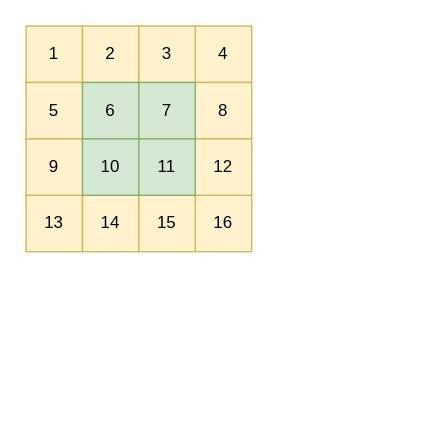
As-The-Wind/game-of-life-4-4 keeps this draw.io diagram as 分别需求图.drawio. Above is the earlier version. Source tidied: cells renumbered, new cells numbered last; positions are measured from the earlier drawing's top-left corner, leaving out a move shared by most shapes. Both pictures are drawn from the tidied source at 141%, with x=0, y=0 at pixel (25, 25).
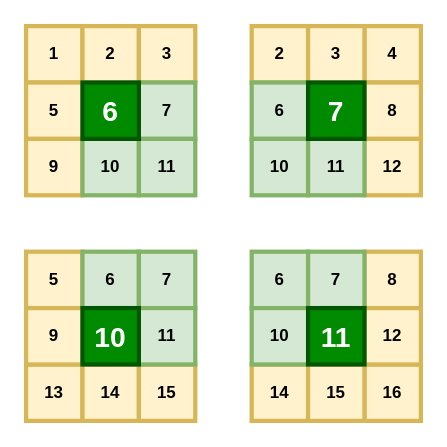
Above is the later version.

Commit message:
Update 分别需求图.drawio

Diff of the diagram source:
```diff
@@
-    <mxCell id="2" value="13" style="rounded=0;whiteSpace=wrap;html=1;fillColor=#fff2cc;strokeColor=#d6b656;" parent="1" vertex="1">
-      <mxGeometry y="120" width="40" height="40" as="geometry" />
-    </mxCell>
-    <mxCell id="3" value="1" style="rounded=0;whiteSpace=wrap;html=1;fillColor=#fff2cc;strokeColor=#d6b656;" parent="1" vertex="1">
+    <mxCell id="3" value="1" style="rounded=0;whiteSpace=wrap;html=1;fillColor=#fff2cc;strokeColor=#d6b656;strokeWidth=3;fontStyle=1;" parent="1" vertex="1">
       <mxGeometry width="40" height="40" as="geometry" />
     </mxCell>
-    <mxCell id="4" value="5" style="rounded=0;whiteSpace=wrap;html=1;fillColor=#fff2cc;strokeColor=#d6b656;" parent="1" vertex="1">
+    <mxCell id="4" value="5" style="rounded=0;whiteSpace=wrap;html=1;fillColor=#fff2cc;strokeColor=#d6b656;strokeWidth=3;fontStyle=1;" parent="1" vertex="1">
       <mxGeometry y="40" width="40" height="40" as="geometry" />
     </mxCell>
-    <mxCell id="5" value="9" style="rounded=0;whiteSpace=wrap;html=1;fillColor=#fff2cc;strokeColor=#d6b656;" parent="1" vertex="1">
+    <mxCell id="5" value="9" style="rounded=0;whiteSpace=wrap;html=1;fillColor=#fff2cc;strokeColor=#d6b656;strokeWidth=3;fontStyle=1;" parent="1" vertex="1">
       <mxGeometry y="80" width="40" height="40" as="geometry" />
     </mxCell>
-    <mxCell id="6" value="16" style="rounded=0;whiteSpace=wrap;html=1;fillColor=#fff2cc;strokeColor=#d6b656;" parent="1" vertex="1">
-      <mxGeometry x="120" y="120" width="40" height="40" as="geometry" />
-    </mxCell>
-    <mxCell id="7" value="14" style="rounded=0;whiteSpace=wrap;html=1;fillColor=#fff2cc;strokeColor=#d6b656;" parent="1" vertex="1">
-      <mxGeometry x="40" y="120" width="40" height="40" as="geometry" />
-    </mxCell>
-    <mxCell id="8" value="15" style="rounded=0;whiteSpace=wrap;html=1;fillColor=#fff2cc;strokeColor=#d6b656;" parent="1" vertex="1">
-      <mxGeometry x="80" y="120" width="40" height="40" as="geometry" />
-    </mxCell>
-    <mxCell id="9" value="4" style="rounded=0;whiteSpace=wrap;html=1;fillColor=#fff2cc;strokeColor=#d6b656;" parent="1" vertex="1">
-      <mxGeometry x="120" width="40" height="40" as="geometry" />
-    </mxCell>
-    <mxCell id="10" value="8" style="rounded=0;whiteSpace=wrap;html=1;fillColor=#fff2cc;strokeColor=#d6b656;" parent="1" vertex="1">
-      <mxGeometry x="120" y="40" width="40" height="40" as="geometry" />
-    </mxCell>
-    <mxCell id="11" value="12" style="rounded=0;whiteSpace=wrap;html=1;fillColor=#fff2cc;strokeColor=#d6b656;" parent="1" vertex="1">
-      <mxGeometry x="120" y="80" width="40" height="40" as="geometry" />
-    </mxCell>
-    <mxCell id="12" value="2" style="rounded=0;whiteSpace=wrap;html=1;fillColor=#fff2cc;strokeColor=#d6b656;" parent="1" vertex="1">
+    <mxCell id="12" value="2" style="rounded=0;whiteSpace=wrap;html=1;fillColor=#fff2cc;strokeColor=#d6b656;strokeWidth=3;fontStyle=1;" parent="1" vertex="1">
       <mxGeometry x="40" width="40" height="40" as="geometry" />
     </mxCell>
-    <mxCell id="13" value="3" style="rounded=0;whiteSpace=wrap;html=1;fillColor=#fff2cc;strokeColor=#d6b656;" parent="1" vertex="1">
+    <mxCell id="13" value="3" style="rounded=0;whiteSpace=wrap;html=1;fillColor=#fff2cc;strokeColor=#d6b656;strokeWidth=3;fontStyle=1;" parent="1" vertex="1">
       <mxGeometry x="80" width="40" height="40" as="geometry" />
     </mxCell>
-    <mxCell id="14" value="6" style="rounded=0;whiteSpace=wrap;html=1;fillColor=#d5e8d4;strokeColor=#82b366;" parent="1" vertex="1">
-      <mxGeometry x="40" y="40" width="40" height="40" as="geometry" />
-    </mxCell>
-    <mxCell id="15" value="7" style="rounded=0;whiteSpace=wrap;html=1;fillColor=#d5e8d4;strokeColor=#82b366;" parent="1" vertex="1">
+    <mxCell id="15" value="7" style="rounded=0;whiteSpace=wrap;html=1;fillColor=#d5e8d4;strokeColor=#82b366;strokeWidth=3;fontStyle=1;" parent="1" vertex="1">
       <mxGeometry x="80" y="40" width="40" height="40" as="geometry" />
     </mxCell>
-    <mxCell id="16" value="10" style="rounded=0;whiteSpace=wrap;html=1;fillColor=#d5e8d4;strokeColor=#82b366;" parent="1" vertex="1">
+    <mxCell id="16" value="10" style="rounded=0;whiteSpace=wrap;html=1;fillColor=#d5e8d4;strokeColor=#82b366;strokeWidth=3;fontStyle=1;" parent="1" vertex="1">
       <mxGeometry x="40" y="80" width="40" height="40" as="geometry" />
     </mxCell>
-    <mxCell id="17" value="11" style="rounded=0;whiteSpace=wrap;html=1;fillColor=#d5e8d4;strokeColor=#82b366;" parent="1" vertex="1">
+    <mxCell id="17" value="11" style="rounded=0;whiteSpace=wrap;html=1;fillColor=#d5e8d4;strokeColor=#82b366;strokeWidth=3;fontStyle=1;" parent="1" vertex="1">
       <mxGeometry x="80" y="80" width="40" height="40" as="geometry" />
     </mxCell>
+    <mxCell id="9" value="4" style="rounded=0;whiteSpace=wrap;html=1;fillColor=#fff2cc;strokeColor=#d6b656;strokeWidth=3;fontStyle=1;" parent="1" vertex="1">
+      <mxGeometry x="240" width="40" height="40" as="geometry" />
+    </mxCell>
+    <mxCell id="18" value="8" style="rounded=0;whiteSpace=wrap;html=1;fillColor=#fff2cc;strokeColor=#d6b656;strokeWidth=3;fontStyle=1;" parent="1" vertex="1">
+      <mxGeometry x="240" y="40" width="40" height="40" as="geometry" />
+    </mxCell>
+    <mxCell id="19" value="12" style="rounded=0;whiteSpace=wrap;html=1;fillColor=#fff2cc;strokeColor=#d6b656;strokeWidth=3;fontStyle=1;" parent="1" vertex="1">
+      <mxGeometry x="240" y="80" width="40" height="40" as="geometry" />
+    </mxCell>
+    <mxCell id="20" value="2" style="rounded=0;whiteSpace=wrap;html=1;fillColor=#fff2cc;strokeColor=#d6b656;strokeWidth=3;fontStyle=1;" parent="1" vertex="1">
+      <mxGeometry x="160" width="40" height="40" as="geometry" />
+    </mxCell>
+    <mxCell id="21" value="3" style="rounded=0;whiteSpace=wrap;html=1;fillColor=#fff2cc;strokeColor=#d6b656;strokeWidth=3;fontStyle=1;" parent="1" vertex="1">
+      <mxGeometry x="200" width="40" height="40" as="geometry" />
+    </mxCell>
+    <mxCell id="22" value="6" style="rounded=0;whiteSpace=wrap;html=1;fillColor=#d5e8d4;strokeColor=#82b366;strokeWidth=3;fontStyle=1;" parent="1" vertex="1">
+      <mxGeometry x="160" y="40" width="40" height="40" as="geometry" />
+    </mxCell>
+    <mxCell id="23" value="10" style="rounded=0;whiteSpace=wrap;html=1;fillColor=#d5e8d4;strokeColor=#82b366;strokeWidth=3;fontStyle=1;" parent="1" vertex="1">
+      <mxGeometry x="160" y="80" width="40" height="40" as="geometry" />
+    </mxCell>
+    <mxCell id="24" value="11" style="rounded=0;whiteSpace=wrap;html=1;fillColor=#d5e8d4;strokeColor=#82b366;strokeWidth=3;fontStyle=1;" parent="1" vertex="1">
+      <mxGeometry x="200" y="80" width="40" height="40" as="geometry" />
+    </mxCell>
+    <mxCell id="2" value="13" style="rounded=0;whiteSpace=wrap;html=1;fillColor=#fff2cc;strokeColor=#d6b656;strokeWidth=3;fontStyle=1;" parent="1" vertex="1">
+      <mxGeometry y="240" width="40" height="40" as="geometry" />
+    </mxCell>
+    <mxCell id="25" value="5" style="rounded=0;whiteSpace=wrap;html=1;fillColor=#fff2cc;strokeColor=#d6b656;strokeWidth=3;fontStyle=1;" parent="1" vertex="1">
+      <mxGeometry y="160" width="40" height="40" as="geometry" />
+    </mxCell>
+    <mxCell id="26" value="9" style="rounded=0;whiteSpace=wrap;html=1;fillColor=#fff2cc;strokeColor=#d6b656;strokeWidth=3;fontStyle=1;" parent="1" vertex="1">
+      <mxGeometry y="200" width="40" height="40" as="geometry" />
+    </mxCell>
+    <mxCell id="27" value="14" style="rounded=0;whiteSpace=wrap;html=1;fillColor=#fff2cc;strokeColor=#d6b656;strokeWidth=3;fontStyle=1;" parent="1" vertex="1">
+      <mxGeometry x="40" y="240" width="40" height="40" as="geometry" />
+    </mxCell>
+    <mxCell id="28" value="15" style="rounded=0;whiteSpace=wrap;html=1;fillColor=#fff2cc;strokeColor=#d6b656;strokeWidth=3;fontStyle=1;" parent="1" vertex="1">
+      <mxGeometry x="80" y="240" width="40" height="40" as="geometry" />
+    </mxCell>
+    <mxCell id="29" value="6" style="rounded=0;whiteSpace=wrap;html=1;fillColor=#d5e8d4;strokeColor=#82b366;strokeWidth=3;fontStyle=1;" parent="1" vertex="1">
+      <mxGeometry x="40" y="160" width="40" height="40" as="geometry" />
+    </mxCell>
+    <mxCell id="30" value="7" style="rounded=0;whiteSpace=wrap;html=1;fillColor=#d5e8d4;strokeColor=#82b366;strokeWidth=3;fontStyle=1;" parent="1" vertex="1">
+      <mxGeometry x="80" y="160" width="40" height="40" as="geometry" />
+    </mxCell>
+    <mxCell id="31" value="11" style="rounded=0;whiteSpace=wrap;html=1;fillColor=#d5e8d4;strokeColor=#82b366;strokeWidth=3;fontStyle=1;" parent="1" vertex="1">
+      <mxGeometry x="80" y="200" width="40" height="40" as="geometry" />
+    </mxCell>
+    <mxCell id="6" value="16" style="rounded=0;whiteSpace=wrap;html=1;fillColor=#fff2cc;strokeColor=#d6b656;strokeWidth=3;fontStyle=1;" parent="1" vertex="1">
+      <mxGeometry x="240" y="240" width="40" height="40" as="geometry" />
+    </mxCell>
+    <mxCell id="32" value="14" style="rounded=0;whiteSpace=wrap;html=1;fillColor=#fff2cc;strokeColor=#d6b656;strokeWidth=3;fontStyle=1;" parent="1" vertex="1">
+      <mxGeometry x="160" y="240" width="40" height="40" as="geometry" />
+    </mxCell>
+    <mxCell id="33" value="15" style="rounded=0;whiteSpace=wrap;html=1;fillColor=#fff2cc;strokeColor=#d6b656;strokeWidth=3;fontStyle=1;" parent="1" vertex="1">
+      <mxGeometry x="200" y="240" width="40" height="40" as="geometry" />
+    </mxCell>
+    <mxCell id="34" value="8" style="rounded=0;whiteSpace=wrap;html=1;fillColor=#fff2cc;strokeColor=#d6b656;strokeWidth=3;fontStyle=1;" parent="1" vertex="1">
+      <mxGeometry x="240" y="160" width="40" height="40" as="geometry" />
+    </mxCell>
+    <mxCell id="35" value="12" style="rounded=0;whiteSpace=wrap;html=1;fillColor=#fff2cc;strokeColor=#d6b656;strokeWidth=3;fontStyle=1;" parent="1" vertex="1">
+      <mxGeometry x="240" y="200" width="40" height="40" as="geometry" />
+    </mxCell>
+    <mxCell id="36" value="6" style="rounded=0;whiteSpace=wrap;html=1;fillColor=#d5e8d4;strokeColor=#82b366;strokeWidth=3;fontStyle=1;" parent="1" vertex="1">
+      <mxGeometry x="160" y="160" width="40" height="40" as="geometry" />
+    </mxCell>
+    <mxCell id="37" value="7" style="rounded=0;whiteSpace=wrap;html=1;fillColor=#d5e8d4;strokeColor=#82b366;strokeWidth=3;fontStyle=1;" parent="1" vertex="1">
+      <mxGeometry x="200" y="160" width="40" height="40" as="geometry" />
+    </mxCell>
+    <mxCell id="38" value="10" style="rounded=0;whiteSpace=wrap;html=1;fillColor=#d5e8d4;strokeColor=#82b366;strokeWidth=3;fontStyle=1;" parent="1" vertex="1">
+      <mxGeometry x="160" y="200" width="40" height="40" as="geometry" />
+    </mxCell>
+    <mxCell id="14" value="6" style="rounded=0;whiteSpace=wrap;html=1;fillColor=#008a00;strokeColor=#005700;strokeWidth=3;fontStyle=1;fontColor=#ffffff;fontSize=20;" parent="1" vertex="1">
+      <mxGeometry x="40" y="40" width="40" height="40" as="geometry" />
+    </mxCell>
+    <mxCell id="39" value="7" style="rounded=0;whiteSpace=wrap;html=1;fillColor=#008a00;strokeColor=#005700;strokeWidth=3;fontStyle=1;fontColor=#ffffff;fontSize=20;" parent="1" vertex="1">
+      <mxGeometry x="200" y="40" width="40" height="40" as="geometry" />
+    </mxCell>
+    <mxCell id="40" value="10" style="rounded=0;whiteSpace=wrap;html=1;fillColor=#008a00;strokeColor=#005700;strokeWidth=3;fontStyle=1;fontColor=#ffffff;fontSize=20;" parent="1" vertex="1">
+      <mxGeometry x="40" y="200" width="40" height="40" as="geometry" />
+    </mxCell>
+    <mxCell id="41" value="11" style="rounded=0;whiteSpace=wrap;html=1;fillColor=#008a00;strokeColor=#005700;strokeWidth=3;fontStyle=1;fontColor=#ffffff;fontSize=20;" parent="1" vertex="1">
+      <mxGeometry x="200" y="200" width="40" height="40" as="geometry" />
+    </mxCell>
```
